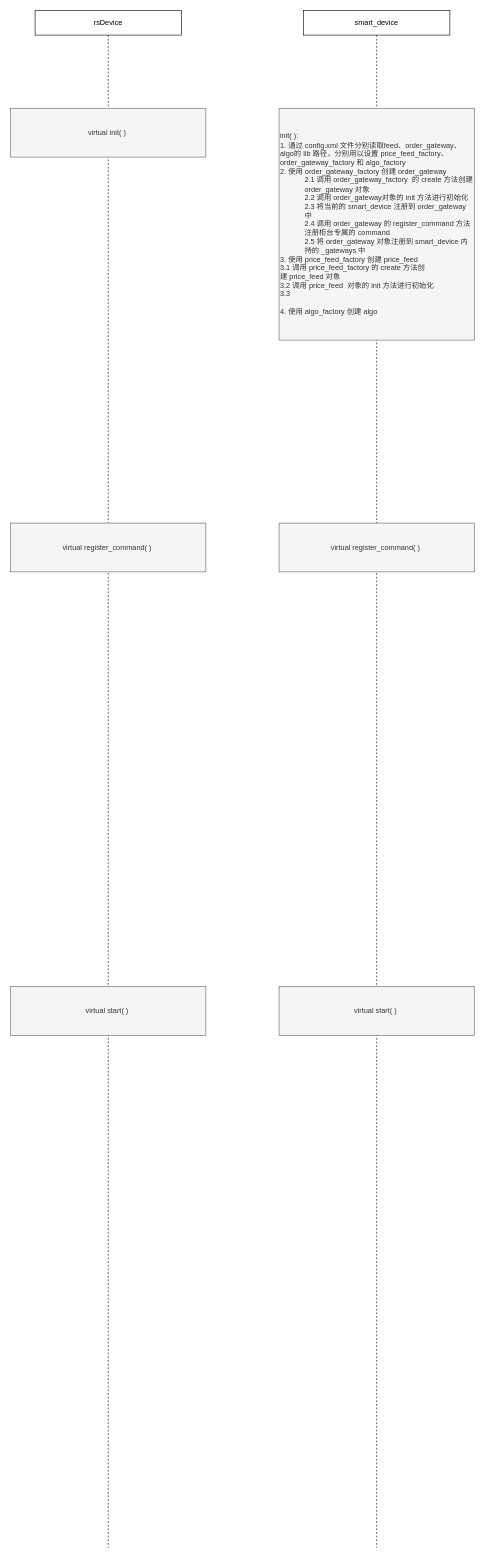
Above: page "Smart Device 启动流程" (3 of 3) of smart.drawio in zhaxd123/drawio (draw.io), before the change. Source tidied: cells renumbered, new cells numbered last; positions are measured from the earlier drawing's top-left corner, leaving out a move shared by most shapes. Both pictures are drawn from the tidied source at 61%, with x=0, y=0 at pixel (10, 10).
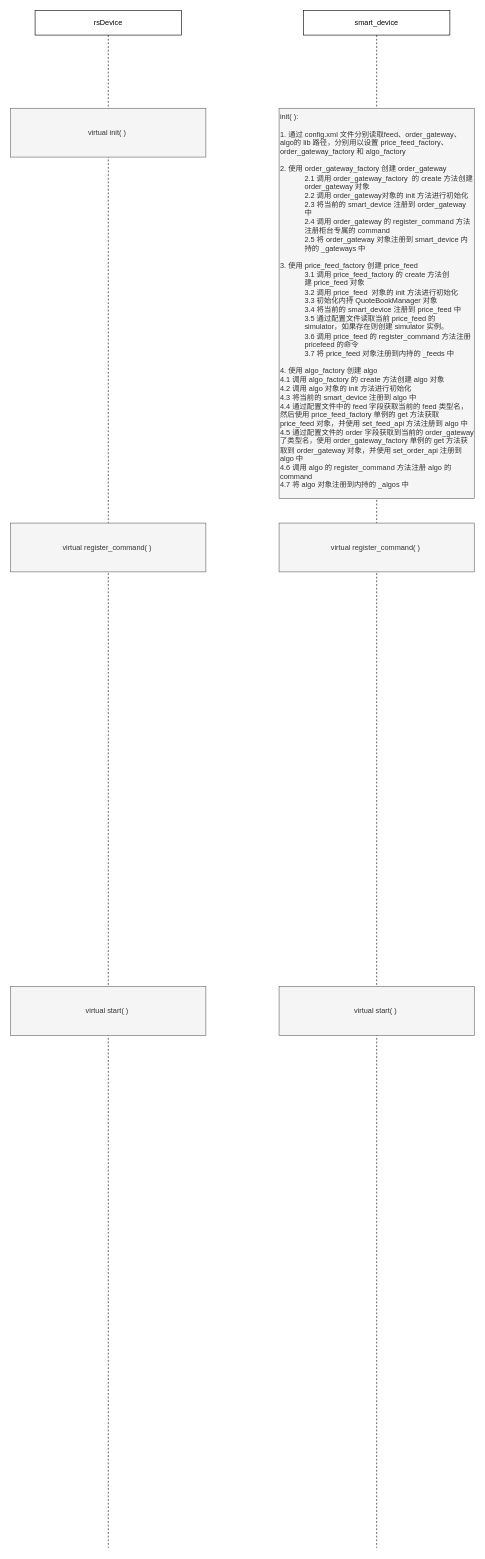
The same page after the edit.

Diff of the diagram source:
```diff
@@
 <mxGraphModel>
   <root>
     <mxCell id="0" />
     <mxCell id="1" parent="0" />
     <mxCell id="2" value="&lt;div style=&quot;text-align: left;&quot;&gt;&lt;span style=&quot;background-color: initial;&quot;&gt;rsDevice&lt;/span&gt;&lt;/div&gt;" style="shape=umlLifeline;perimeter=lifelinePerimeter;whiteSpace=wrap;html=1;newEdgeStyle={&quot;curved&quot;:0,&quot;rounded&quot;:0};" parent="1" vertex="1">
       <mxGeometry x="40" width="240" height="2520" as="geometry" />
     </mxCell>
     <mxCell id="3" value="virtual init( )&amp;nbsp;" style="rounded=0;whiteSpace=wrap;html=1;fillColor=#f5f5f5;fontColor=#333333;strokeColor=#666666;verticalAlign=middle;" parent="1" vertex="1">
       <mxGeometry y="160" width="320" height="80" as="geometry" />
     </mxCell>
     <mxCell id="4" value="&lt;span style=&quot;text-align: left;&quot;&gt;virtual register_command&lt;/span&gt;( )&amp;nbsp;" style="rounded=0;whiteSpace=wrap;html=1;fillColor=#f5f5f5;fontColor=#333333;strokeColor=#666666;verticalAlign=middle;" parent="1" vertex="1">
       <mxGeometry y="840" width="320" height="80" as="geometry" />
     </mxCell>
     <mxCell id="5" value="&lt;span style=&quot;text-align: left;&quot;&gt;virtual start&lt;/span&gt;( )&amp;nbsp;" style="rounded=0;whiteSpace=wrap;html=1;fillColor=#f5f5f5;fontColor=#333333;strokeColor=#666666;verticalAlign=middle;" parent="1" vertex="1">
       <mxGeometry y="1600" width="320" height="80" as="geometry" />
     </mxCell>
     <mxCell id="6" value="&lt;div style=&quot;text-align: left;&quot;&gt;&lt;span style=&quot;background-color: initial;&quot;&gt;smart_device&lt;/span&gt;&lt;/div&gt;" style="shape=umlLifeline;perimeter=lifelinePerimeter;whiteSpace=wrap;html=1;newEdgeStyle={&quot;curved&quot;:0,&quot;rounded&quot;:0};" parent="1" vertex="1">
       <mxGeometry x="480" width="240" height="2520" as="geometry" />
     </mxCell>
-    <mxCell id="7" value="init( ):&lt;div&gt;1. 通过 config.xml 文件分别读取feed、order_gateway、algo的 lib 路径，分别用以设置 price_feed_factory、order_gateway_factory 和 algo_factory&lt;/div&gt;&lt;div&gt;2. 使用&amp;nbsp;&lt;span style=&quot;background-color: initial;&quot;&gt;order_gateway_factory&lt;/span&gt;&lt;span style=&quot;background-color: initial;&quot;&gt;&amp;nbsp;创建 order_gateway&lt;/span&gt;&lt;/div&gt;&lt;blockquote style=&quot;margin: 0 0 0 40px; border: none; padding: 0px;&quot;&gt;&lt;div&gt;&lt;span style=&quot;background-color: initial;&quot;&gt;2.1 调用&amp;nbsp;&lt;/span&gt;&lt;span style=&quot;background-color: initial;&quot;&gt;order_gateway_factory&lt;/span&gt;&lt;span style=&quot;background-color: initial;&quot;&gt;&amp;nbsp; 的 create 方法创建 order_gateway 对象&lt;/span&gt;&lt;/div&gt;&lt;div&gt;&lt;span style=&quot;background-color: initial;&quot;&gt;2.2 调用 order_gateway对象的 init 方法进行初始化&lt;/span&gt;&lt;/div&gt;&lt;div&gt;&lt;span style=&quot;background-color: initial;&quot;&gt;2.3 将当前的 smart_device 注册到 order_gateway 中&lt;span style=&quot;white-space: pre;&quot;&gt;&#9;&lt;/span&gt;&lt;/span&gt;&lt;/div&gt;&lt;div&gt;2.4 调用&amp;nbsp;&lt;span style=&quot;background-color: initial;&quot;&gt;order_gateway&lt;/span&gt;&lt;span style=&quot;background-color: initial;&quot;&gt;&amp;nbsp;的 register_command 方法注册柜台专属的 command&lt;/span&gt;&lt;/div&gt;&lt;div&gt;&lt;span style=&quot;background-color: initial;&quot;&gt;2.5 将&amp;nbsp;&lt;/span&gt;&lt;span style=&quot;background-color: initial;&quot;&gt;order_gateway 对象注册到 smart_device 内持的 _gateways 中&lt;/span&gt;&lt;/div&gt;&lt;/blockquote&gt;&lt;div&gt;&lt;span style=&quot;background-color: initial;&quot;&gt;3. 使用&amp;nbsp;&lt;/span&gt;price_feed_factory&amp;nbsp;&lt;span style=&quot;background-color: initial;&quot;&gt;创建 price_feed&lt;/span&gt;&lt;/div&gt;&lt;div&gt;&lt;span style=&quot;background-color: initial;&quot;&gt;3.1&amp;nbsp;&lt;/span&gt;&lt;span style=&quot;background-color: initial;&quot;&gt;调用&amp;nbsp;&lt;/span&gt;price_feed_factory&amp;nbsp;&lt;span style=&quot;background-color: initial;&quot;&gt;的 create 方法创建&amp;nbsp;&lt;/span&gt;price_feed&lt;span style=&quot;background-color: initial;&quot;&gt;&amp;nbsp;对象&lt;/span&gt;&lt;/div&gt;&lt;div&gt;&lt;span style=&quot;background-color: initial;&quot;&gt;3.2&amp;nbsp;&lt;/span&gt;&lt;span style=&quot;background-color: initial;&quot;&gt;调用&amp;nbsp;&lt;/span&gt;price_feed&lt;span style=&quot;background-color: initial;&quot;&gt;&amp;nbsp;&amp;nbsp;&lt;/span&gt;&lt;span style=&quot;background-color: initial;&quot;&gt;对象的 init 方法进行初始化&lt;/span&gt;&lt;/div&gt;&lt;div&gt;&lt;span style=&quot;background-color: initial;&quot;&gt;3.3&amp;nbsp;&lt;/span&gt;&lt;/div&gt;&lt;div&gt;&lt;span style=&quot;background-color: initial;&quot;&gt;&lt;br&gt;&lt;/span&gt;&lt;/div&gt;&lt;div&gt;&lt;span style=&quot;background-color: initial;&quot;&gt;4. 使用 algo_factory 创建 algo&lt;/span&gt;&lt;/div&gt;" style="rounded=0;whiteSpace=wrap;html=1;fillColor=#f5f5f5;fontColor=#333333;strokeColor=#666666;verticalAlign=middle;align=left;" parent="1" vertex="1">
-      <mxGeometry x="440" y="160" width="320" height="380" as="geometry" />
+    <mxCell id="7" value="init( ):&lt;div&gt;&lt;br&gt;&lt;div&gt;1. 通过 config.xml 文件分别读取feed、order_gateway、algo的 lib 路径，分别用以设置 price_feed_factory、order_gateway_factory 和 algo_factory&lt;/div&gt;&lt;div&gt;&lt;br&gt;&lt;/div&gt;&lt;div&gt;2. 使用&amp;nbsp;&lt;span style=&quot;background-color: initial;&quot;&gt;order_gateway_factory&lt;/span&gt;&lt;span style=&quot;background-color: initial;&quot;&gt;&amp;nbsp;创建 order_gateway&lt;/span&gt;&lt;/div&gt;&lt;blockquote style=&quot;margin: 0 0 0 40px; border: none; padding: 0px;&quot;&gt;&lt;div&gt;&lt;span style=&quot;background-color: initial;&quot;&gt;2.1 调用&amp;nbsp;&lt;/span&gt;&lt;span style=&quot;background-color: initial;&quot;&gt;order_gateway_factory&lt;/span&gt;&lt;span style=&quot;background-color: initial;&quot;&gt;&amp;nbsp; 的 create 方法创建 order_gateway 对象&lt;/span&gt;&lt;/div&gt;&lt;div&gt;&lt;span style=&quot;background-color: initial;&quot;&gt;2.2 调用 order_gateway对象的 init 方法进行初始化&lt;/span&gt;&lt;/div&gt;&lt;div&gt;&lt;span style=&quot;background-color: initial;&quot;&gt;2.3 将当前的 smart_device 注册到 order_gateway 中&lt;span style=&quot;white-space: pre;&quot;&gt;&#9;&lt;/span&gt;&lt;/span&gt;&lt;/div&gt;&lt;div&gt;2.4 调用&amp;nbsp;&lt;span style=&quot;background-color: initial;&quot;&gt;order_gateway&lt;/span&gt;&lt;span style=&quot;background-color: initial;&quot;&gt;&amp;nbsp;的 register_command 方法注册柜台专属的 command&lt;/span&gt;&lt;/div&gt;&lt;div&gt;&lt;span style=&quot;background-color: initial;&quot;&gt;2.5 将&amp;nbsp;&lt;/span&gt;&lt;span style=&quot;background-color: initial;&quot;&gt;order_gateway 对象注册到 smart_device 内持的 _gateways 中&lt;/span&gt;&lt;/div&gt;&lt;/blockquote&gt;&lt;div&gt;&lt;span style=&quot;background-color: initial;&quot;&gt;&lt;br&gt;&lt;/span&gt;&lt;/div&gt;&lt;div&gt;&lt;span style=&quot;background-color: initial;&quot;&gt;3. 使用&amp;nbsp;&lt;/span&gt;price_feed_factory&amp;nbsp;&lt;span style=&quot;background-color: initial;&quot;&gt;创建 price_feed&lt;/span&gt;&lt;/div&gt;&lt;/div&gt;&lt;blockquote style=&quot;margin: 0 0 0 40px; border: none; padding: 0px;&quot;&gt;&lt;div&gt;&lt;div&gt;&lt;span style=&quot;background-color: initial;&quot;&gt;3.1&amp;nbsp;&lt;/span&gt;&lt;span style=&quot;background-color: initial;&quot;&gt;调用&amp;nbsp;&lt;/span&gt;price_feed_factory&amp;nbsp;&lt;span style=&quot;background-color: initial;&quot;&gt;的 create 方法创建&amp;nbsp;&lt;/span&gt;price_feed&lt;span style=&quot;background-color: initial;&quot;&gt;&amp;nbsp;对象&lt;/span&gt;&lt;/div&gt;&lt;/div&gt;&lt;div&gt;&lt;div&gt;&lt;span style=&quot;background-color: initial;&quot;&gt;3.2&amp;nbsp;&lt;/span&gt;&lt;span style=&quot;background-color: initial;&quot;&gt;调用&amp;nbsp;&lt;/span&gt;price_feed&lt;span style=&quot;background-color: initial;&quot;&gt;&amp;nbsp;&amp;nbsp;&lt;/span&gt;&lt;span style=&quot;background-color: initial;&quot;&gt;对象的 init 方法进行初始化&lt;/span&gt;&lt;/div&gt;&lt;/div&gt;&lt;div&gt;&lt;div&gt;&lt;span style=&quot;background-color: initial;&quot;&gt;3.3 初始化内持 QuoteBookManager 对象&amp;nbsp;&lt;/span&gt;&lt;/div&gt;&lt;/div&gt;&lt;div&gt;&lt;div&gt;&lt;span style=&quot;background-color: initial;&quot;&gt;3.4 将当前的 smart_device 注册到 price_feed 中&lt;/span&gt;&lt;/div&gt;&lt;/div&gt;&lt;div&gt;&lt;div&gt;&lt;span style=&quot;background-color: initial;&quot;&gt;3.5 通过配置文件读取当前 price_feed 的 simulator，如果存在则创建 simulator 实例。&lt;/span&gt;&lt;/div&gt;&lt;/div&gt;&lt;div&gt;&lt;div&gt;&lt;span style=&quot;background-color: initial;&quot;&gt;3.6 调用 price_feed 的 register_command 方法注册 pricefeed 的命令&lt;/span&gt;&lt;/div&gt;&lt;/div&gt;&lt;div&gt;&lt;div&gt;&lt;span style=&quot;background-color: initial;&quot;&gt;3.7 将 price_feed 对象注册到内持的 _feeds 中&lt;/span&gt;&lt;/div&gt;&lt;/div&gt;&lt;/blockquote&gt;&lt;div&gt;&lt;div&gt;&lt;span style=&quot;background-color: initial;&quot;&gt;&lt;br&gt;&lt;/span&gt;&lt;/div&gt;&lt;div&gt;&lt;span style=&quot;background-color: initial;&quot;&gt;4. 使用 algo_factory 创建 algo&lt;/span&gt;&lt;/div&gt;&lt;/div&gt;&lt;div&gt;&lt;span style=&quot;background-color: initial;&quot;&gt;4.1 调用 algo_factory 的 create 方法创建 algo 对象&lt;/span&gt;&lt;/div&gt;&lt;div&gt;&lt;span style=&quot;background-color: initial;&quot;&gt;4.2 调用 algo 对象的 init 方法进行初始化&lt;/span&gt;&lt;/div&gt;&lt;div&gt;&lt;span style=&quot;background-color: initial;&quot;&gt;4.3 将当前的 smart_device 注册到 algo 中&lt;/span&gt;&lt;/div&gt;&lt;div&gt;&lt;span style=&quot;background-color: initial;&quot;&gt;4.4 通过配置文件中的 feed 字段获取当前的 feed 类型名，然后使用 price_feed_factory 单例的 get 方法获取 price_feed 对象，并使用 set_feed_api 方法注册到 algo 中&lt;/span&gt;&lt;/div&gt;&lt;div&gt;&lt;span style=&quot;background-color: initial;&quot;&gt;4.5 通过配置文件的 order 字段获取到当前的 order_gateway 了类型名，使用 order_gateway_factory 单例的 get 方法获取到 order_gateway 对象，并使用 set_order_api 注册到 algo 中&lt;/span&gt;&lt;/div&gt;&lt;div&gt;&lt;span style=&quot;background-color: initial;&quot;&gt;4.6 调用 algo 的 register_command 方法注册 algo 的 command&lt;/span&gt;&lt;/div&gt;&lt;div&gt;&lt;span style=&quot;background-color: initial;&quot;&gt;4.7 将 algo 对象注册到内持的 _algos 中&lt;/span&gt;&lt;/div&gt;" style="rounded=0;whiteSpace=wrap;html=1;fillColor=#f5f5f5;fontColor=#333333;strokeColor=#666666;verticalAlign=top;align=left;" parent="1" vertex="1">
+      <mxGeometry x="440" y="160" width="320" height="640" as="geometry" />
     </mxCell>
     <mxCell id="8" value="&lt;span style=&quot;text-align: left;&quot;&gt;virtual register_command&lt;/span&gt;( )&amp;nbsp;" style="rounded=0;whiteSpace=wrap;html=1;fillColor=#f5f5f5;fontColor=#333333;strokeColor=#666666;verticalAlign=middle;" parent="1" vertex="1">
       <mxGeometry x="440" y="840" width="320" height="80" as="geometry" />
     </mxCell>
     <mxCell id="9" value="&lt;span style=&quot;text-align: left;&quot;&gt;virtual start&lt;/span&gt;( )&amp;nbsp;" style="rounded=0;whiteSpace=wrap;html=1;fillColor=#f5f5f5;fontColor=#333333;strokeColor=#666666;verticalAlign=middle;" parent="1" vertex="1">
       <mxGeometry x="440" y="1600" width="320" height="80" as="geometry" />
     </mxCell>
   </root>
 </mxGraphModel>
```
